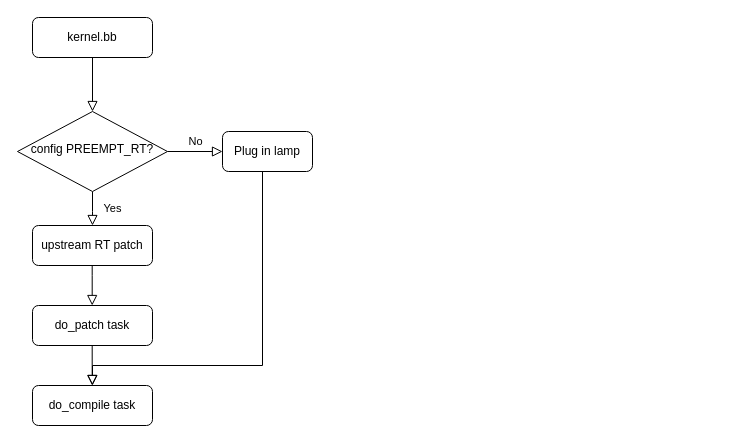
violet227/diagrams keeps this draw.io diagram as rt.drawio. Above is the earlier version. Source tidied: cells renumbered, new cells numbered last; positions are measured from the earlier drawing's top-left corner, leaving out a move shared by most shapes. Both pictures are drawn from the tidied source at 100%, with x=0, y=0 at pixel (17, 17).
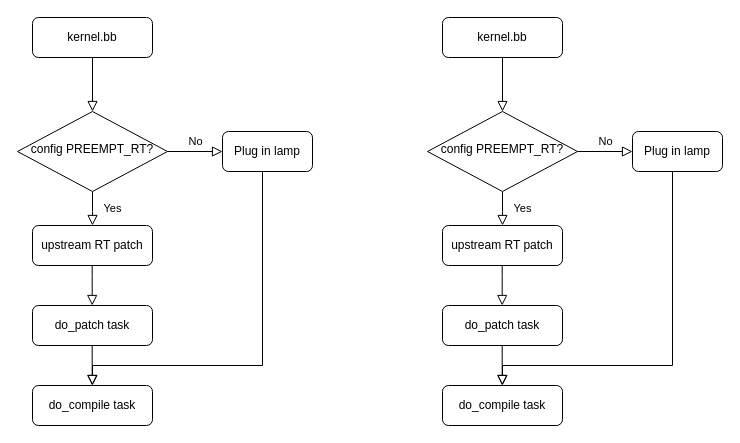
The same diagram, later.

Diff of the diagram source:
```diff
@@
+    <mxCell id="14" style="rounded=0;html=1;jettySize=auto;fontSize=11;endArrow=block;endFill=0;endSize=8;strokeWidth=1;shadow=0;labelBackgroundColor=none;edgeStyle=orthogonalEdgeStyle;" parent="1" edge="1" source="15" target="18">
+      <mxGeometry relative="1" as="geometry" />
+    </mxCell>
+    <mxCell id="15" value="kernel.bb" style="rounded=1;whiteSpace=wrap;html=1;fontSize=12;glass=0;strokeWidth=1;shadow=0;" parent="1" vertex="1">
+      <mxGeometry x="425" width="120" height="40" as="geometry" />
+    </mxCell>
+    <mxCell id="16" value="Yes" style="rounded=0;html=1;jettySize=auto;fontSize=11;endArrow=block;endFill=0;endSize=8;strokeWidth=1;shadow=0;labelBackgroundColor=none;edgeStyle=orthogonalEdgeStyle;" parent="1" edge="1" source="18">
+      <mxGeometry y="20" relative="1" as="geometry">
+        <mxPoint x="485" y="208" as="targetPoint" />
+      </mxGeometry>
+    </mxCell>
+    <mxCell id="17" value="No" style="edgeStyle=orthogonalEdgeStyle;rounded=0;html=1;jettySize=auto;fontSize=11;endArrow=block;endFill=0;endSize=8;strokeWidth=1;shadow=0;labelBackgroundColor=none;" parent="1" edge="1" source="18" target="19">
+      <mxGeometry y="10" relative="1" as="geometry" />
+    </mxCell>
+    <mxCell id="18" value="config PREEMPT_RT?" style="rhombus;whiteSpace=wrap;html=1;shadow=0;fontFamily=Helvetica;fontSize=12;align=center;strokeWidth=1;spacing=6;spacingTop=-4;" parent="1" vertex="1">
+      <mxGeometry x="410" y="94" width="150" height="80" as="geometry" />
+    </mxCell>
+    <mxCell id="19" value="Plug in lamp" style="rounded=1;whiteSpace=wrap;html=1;fontSize=12;glass=0;strokeWidth=1;shadow=0;" parent="1" vertex="1">
+      <mxGeometry x="615" y="114" width="90" height="40" as="geometry" />
+    </mxCell>
+    <mxCell id="20" value="do_compile task" style="rounded=1;whiteSpace=wrap;html=1;fontSize=12;glass=0;strokeWidth=1;shadow=0;" parent="1" vertex="1">
+      <mxGeometry x="425" y="368" width="120" height="40" as="geometry" />
+    </mxCell>
+    <mxCell id="21" value="upstream RT patch" style="rounded=1;whiteSpace=wrap;html=1;fontSize=12;glass=0;strokeWidth=1;shadow=0;" parent="1" vertex="1">
+      <mxGeometry x="425" y="208" width="120" height="40" as="geometry" />
+    </mxCell>
+    <mxCell id="22" style="rounded=0;html=1;jettySize=auto;orthogonalLoop=1;fontSize=11;endArrow=block;endFill=0;endSize=8;strokeWidth=1;shadow=0;labelBackgroundColor=none;edgeStyle=orthogonalEdgeStyle;" parent="1" edge="1">
+      <mxGeometry y="20" relative="1" as="geometry">
+        <mxPoint x="484.7" y="248" as="sourcePoint" />
+        <mxPoint x="484.7" y="288" as="targetPoint" />
+        <Array as="points">
+          <mxPoint x="484.7" y="258" />
+          <mxPoint x="484.7" y="258" />
+        </Array>
+      </mxGeometry>
+    </mxCell>
+    <mxCell id="23" value="do_patch task" style="rounded=1;whiteSpace=wrap;html=1;fontSize=12;glass=0;strokeWidth=1;shadow=0;" parent="1" vertex="1">
+      <mxGeometry x="425" y="288" width="120" height="40" as="geometry" />
+    </mxCell>
+    <mxCell id="24" style="rounded=0;html=1;jettySize=auto;orthogonalLoop=1;fontSize=11;endArrow=block;endFill=0;endSize=8;strokeWidth=1;shadow=0;labelBackgroundColor=none;edgeStyle=orthogonalEdgeStyle;" parent="1" edge="1">
+      <mxGeometry y="20" relative="1" as="geometry">
+        <mxPoint x="484.7" y="328" as="sourcePoint" />
+        <mxPoint x="484.7" y="368" as="targetPoint" />
+        <Array as="points">
+          <mxPoint x="484.7" y="348" />
+          <mxPoint x="484.7" y="348" />
+        </Array>
+      </mxGeometry>
+    </mxCell>
+    <mxCell id="25" style="rounded=0;html=1;jettySize=auto;fontSize=11;endArrow=block;endFill=0;endSize=8;strokeWidth=1;shadow=0;labelBackgroundColor=none;edgeStyle=orthogonalEdgeStyle;exitX=0.5;exitY=1;exitDx=0;exitDy=0;" parent="1" edge="1" source="19">
+      <mxGeometry y="20" relative="1" as="geometry">
+        <mxPoint x="485" y="368" as="targetPoint" />
+        <Array as="points">
+          <mxPoint x="655" y="154" />
+          <mxPoint x="655" y="348" />
+          <mxPoint x="485" y="348" />
+        </Array>
+      </mxGeometry>
+    </mxCell>
```
